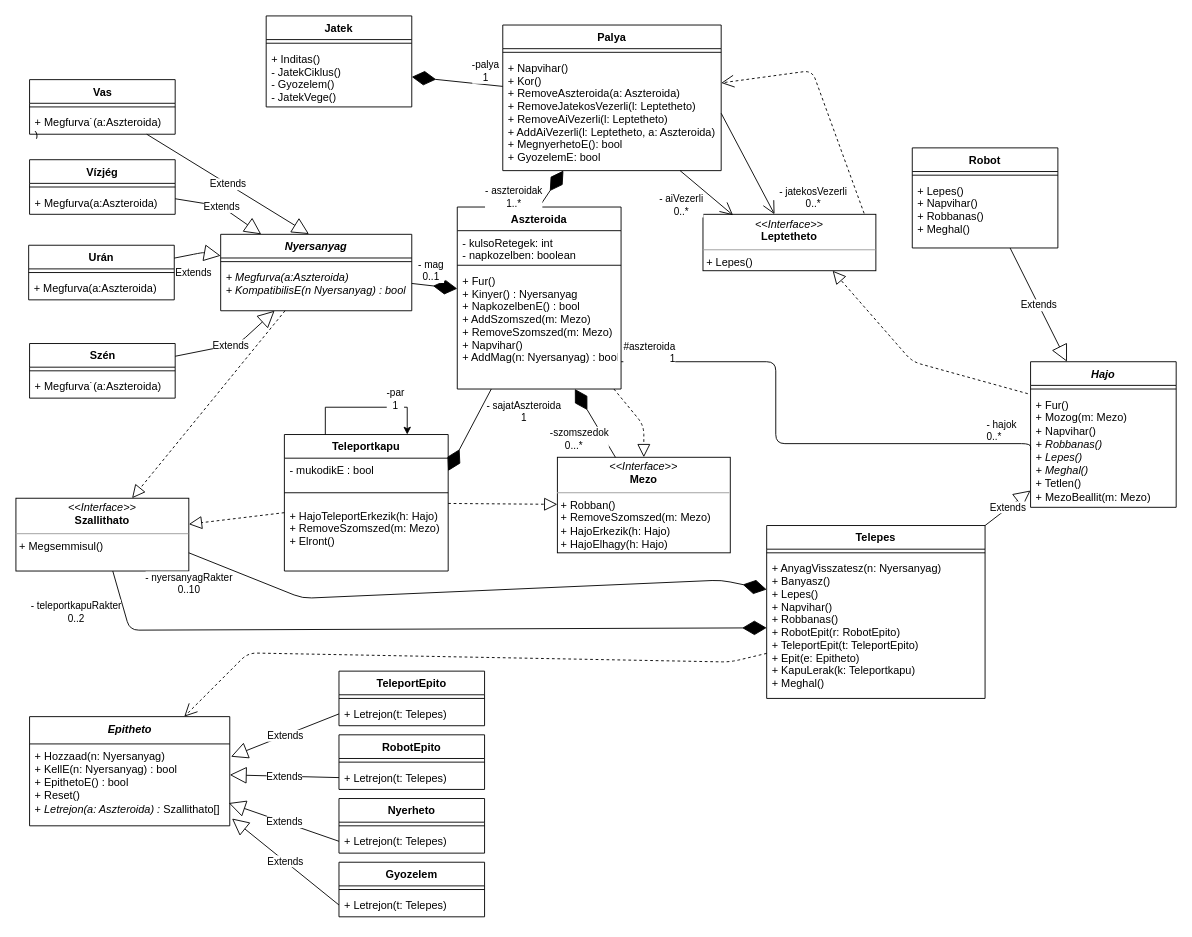
The draw.io diagram doc/uml/class.drawio in torpeBoiGo/aszteroidabanyaszat, before the edit. Source tidied: cells renumbered, new cells numbered last; positions are measured from the earlier drawing's top-left corner, leaving out a move shared by most shapes. Both pictures are drawn from the tidied source at 91%, with x=0, y=0 at pixel (15, 15).
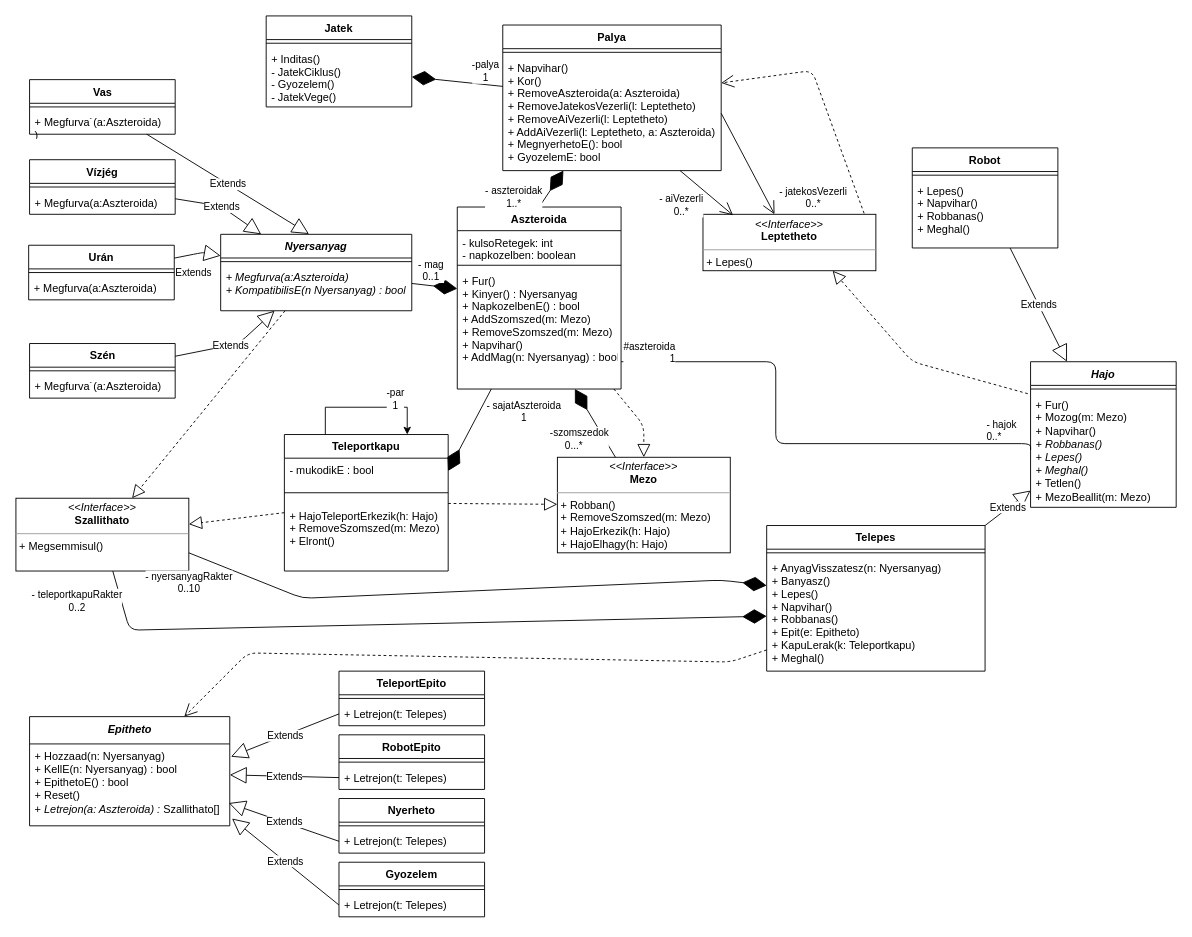
After the change.

Commit message:
Robotepit, teleportepit kikerült

Change to the diagram source:
```diff
@@
     <mxCell id="16" value="Telepes" style="swimlane;fontStyle=1;align=center;verticalAlign=top;horizontal=1;startSize=26;" parent="1" vertex="1">
-      <mxGeometry x="825" y="560" width="240" height="190" as="geometry" />
+      <mxGeometry x="825" y="560" width="240" height="160" as="geometry" />
     </mxCell>
@@
-    <mxCell id="18" value="+ AnyagVisszatesz(n: Nyersanyag)&#10;+ Banyasz()&#10;+ Lepes()&#10;+ Napvihar()&#10;+ Robbanas()&#10;+ RobotEpit(r: RobotEpito)&#10;+ TeleportEpit(t: TeleportEpito)&#10;+ Epit(e: Epitheto)&#10;+ KapuLerak(k: Teleportkapu)&#10;+ Meghal()" style="text;strokeColor=none;fillColor=none;align=left;verticalAlign=top;spacingLeft=4;spacingRight=4;overflow=hidden;points=[[0,0.5],[1,0.5]];portConstraint=eastwest;" parent="16" vertex="1">
-      <mxGeometry y="34" width="240" height="156" as="geometry" />
+    <mxCell id="18" value="+ AnyagVisszatesz(n: Nyersanyag)&#10;+ Banyasz()&#10;+ Lepes()&#10;+ Napvihar()&#10;+ Robbanas()&#10;+ Epit(e: Epitheto)&#10;+ KapuLerak(k: Teleportkapu)&#10;+ Meghal()" style="text;strokeColor=none;fillColor=none;align=left;verticalAlign=top;spacingLeft=4;spacingRight=4;overflow=hidden;points=[[0,0.5],[1,0.5]];portConstraint=eastwest;" parent="16" vertex="1">
+      <mxGeometry y="34" width="240" height="126" as="geometry" />
     </mxCell>
```
